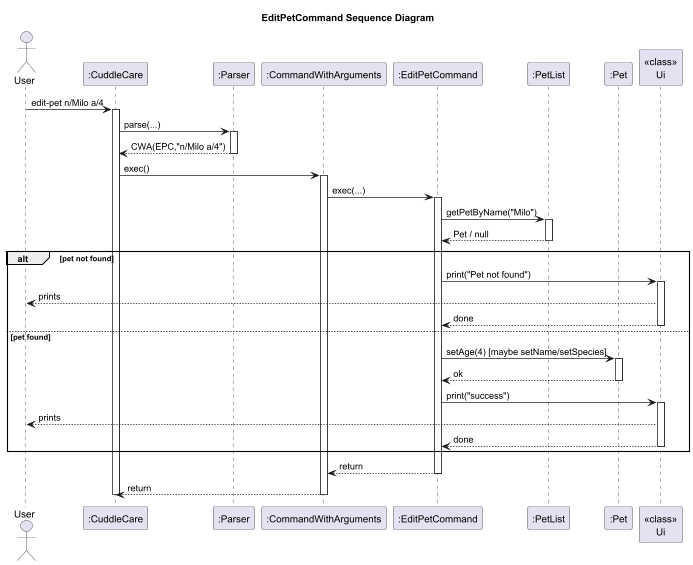
Earlier version of the PlantUML export docs/diagrams/EditPetCommand_Sequence_Diagram.png (Kevin88866/tp).
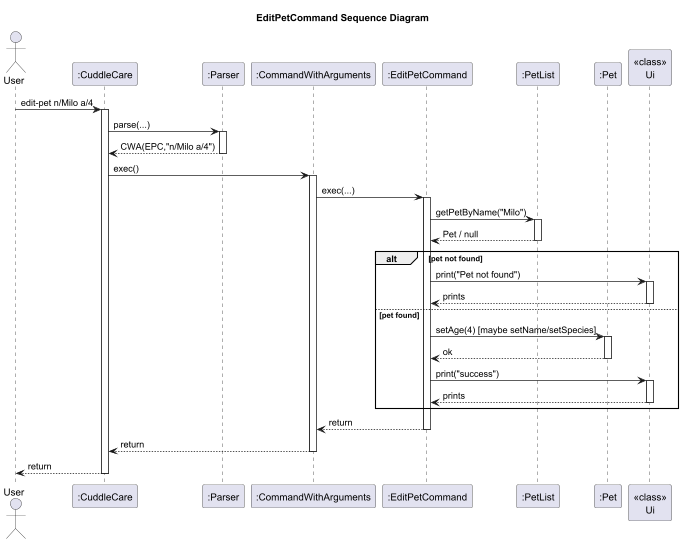
The same file after the commit.

Commit message:
modify sequence diagram

Diff of the diagram source:
```diff
@@ -28,8 +28,7 @@
 alt pet not found
   EPC -> Ui : print("Pet not found")
   activate Ui
-  Ui --> User : prints
-  Ui --> EPC : done
+  Ui --> EPC : prints
   deactivate Ui
 else pet found
   EPC -> Pet : setAge(4) [maybe setName/setSpecies]
@@ -38,8 +37,7 @@
   deactivate Pet
   EPC -> Ui : print("success")
   activate Ui
-  Ui --> User : prints
-  Ui --> EPC : done
+  Ui --> EPC : prints
   deactivate Ui
 end
 
@@ -47,5 +45,6 @@
 deactivate EPC
 CWA --> CuddleCare : return
 deactivate CWA
+CuddleCare --> User : return
 deactivate CuddleCare
 @enduml
```
